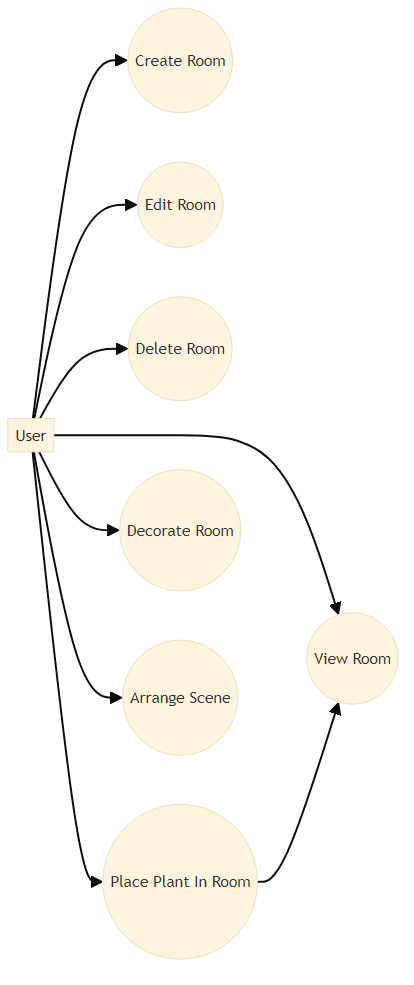
Earlier version of the Mermaid export Frontend/diagrams/usecase-room-management.png (SoftwareError54/Urban-Botany). Its source is kept beside it as Frontend/diagrams/usecase-room-management.mmd.
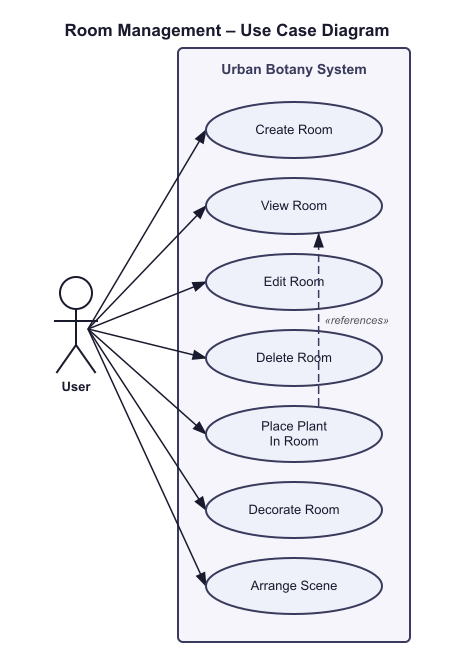
After the commit.

Diff of the diagram source:
```diff
@@ -1,20 +1,21 @@
 %%{init:{'theme':'base'}}%%
-flowchart LR
-  User[User]
-  UC_CreateRoom((Create Room))
-  UC_ViewRoom((View Room))
-  UC_EditRoom((Edit Room))
-  UC_DeleteRoom((Delete Room))
-  UC_PlacePlant((Place Plant In Room))
-  UC_Decorate((Decorate Room))
-  UC_Arrange((Arrange Scene))
+usecaseDiagram
+  actor User
+  rectangle "Urban Botany System" {
+    (Create Room)
+    (View Room)
+    (Edit Room)
+    (Delete Room)
+    (Place Plant In Room)
+    (Decorate Room)
+    (Arrange Scene)
+  }
+  User --> (Create Room)
+  User --> (View Room)
+  User --> (Edit Room)
+  User --> (Delete Room)
+  User --> (Place Plant In Room)
+  User --> (Decorate Room)
+  User --> (Arrange Scene)
 
-  User --> UC_CreateRoom
-  User --> UC_ViewRoom
-  User --> UC_EditRoom
-  User --> UC_DeleteRoom
-  User --> UC_PlacePlant
-  User --> UC_Decorate
-  User --> UC_Arrange
-
-  UC_PlacePlant --> UC_ViewRoom
+  (Place Plant In Room) .> (View Plant) : references
```
